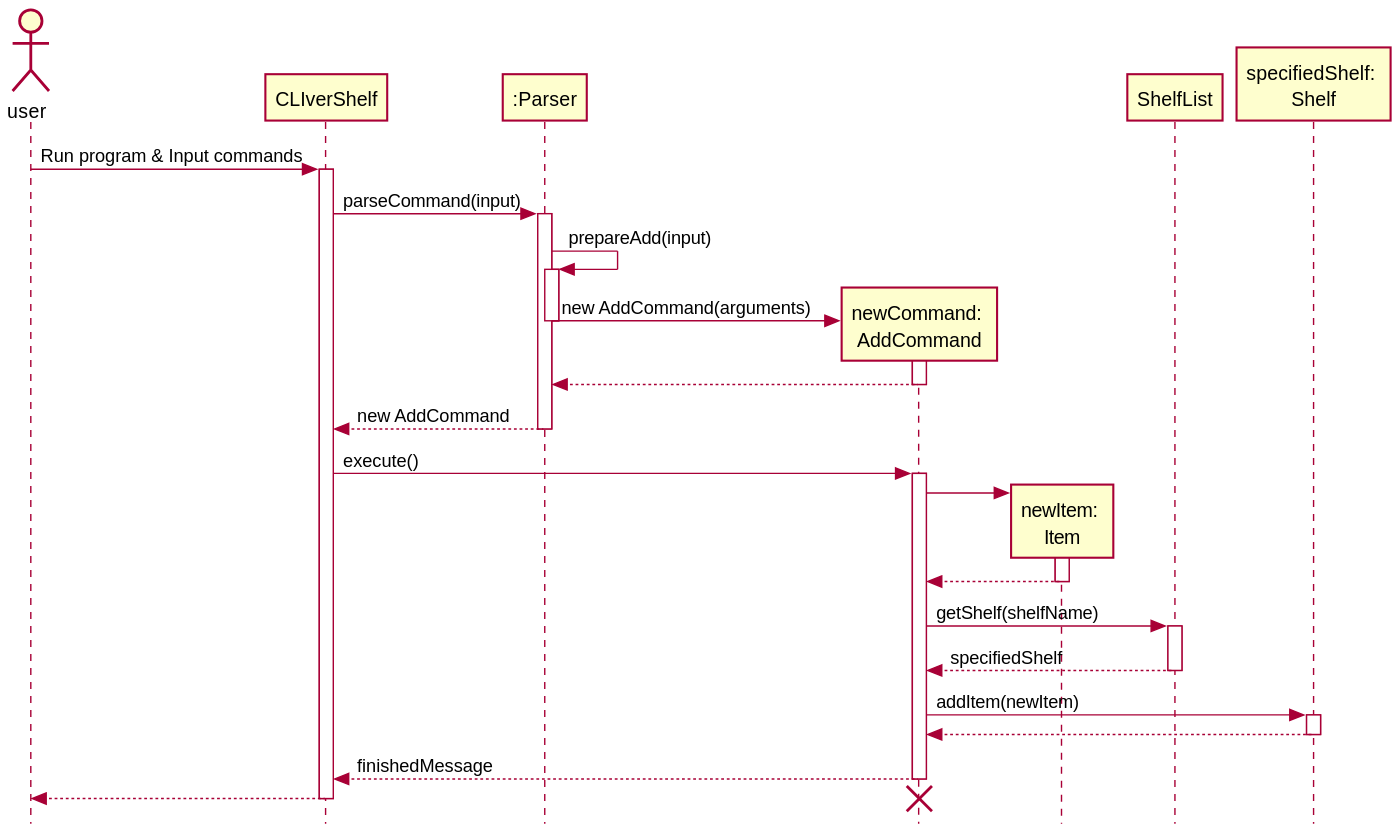
Earlier version of the PlantUML export docs/diagrams/Implementation_AddItems.svg (zh1huang/tp).
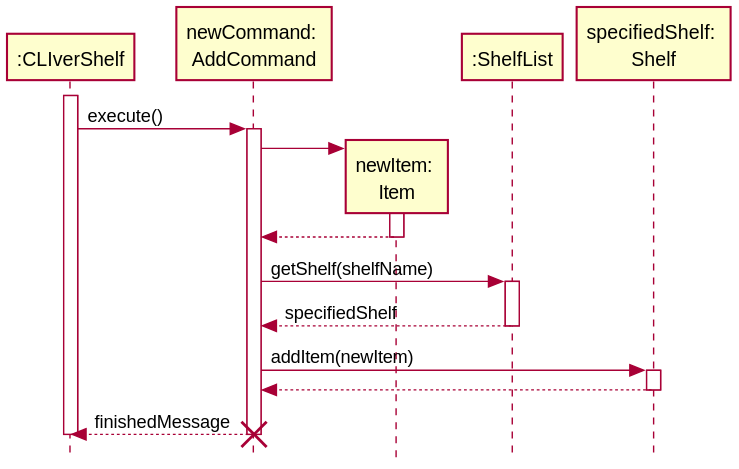
Later version of the same file.

Change to the diagram source:
```diff
@@ -1,26 +1,15 @@
 @startuml
 !include Style.puml
 
-actor user
-participant "CLIverShelf" as Main
-participant ":Parser" as Parser
+
+participant ":CLIverShelf" as Main
 participant "newCommand: \nAddCommand" as AddCommand
 participant "newItem: \nItem" as Item
-participant ShelfList
+participant ":ShelfList" as ShelfList
 participant "specifiedShelf: \nShelf" as Shelf
-user -> Main: Run program & Input commands
+
 activate Main
-Main -> Parser: parseCommand(input)
-activate Parser
-Parser -> Parser: prepareAdd(input)
-activate Parser
-Parser -> AddCommand **: new AddCommand(arguments)
-deactivate Parser
-activate AddCommand
-AddCommand --> Parser
-deactivate AddCommand
-Parser --> Main: new AddCommand
-deactivate Parser
+
 
 Main -> AddCommand: execute()
 activate AddCommand
@@ -38,7 +27,7 @@
 deactivate Shelf
 AddCommand --> Main: finishedMessage
 deactivate AddCommand
-Main --> user
+
 deactivate Main
 destroy AddCommand
 
```
